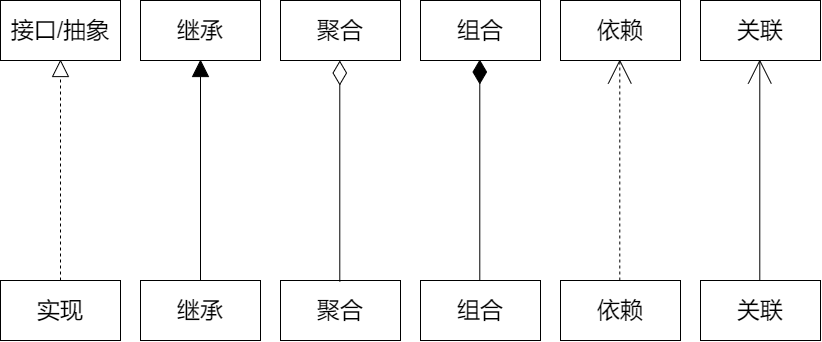
scdays/asset keeps this draw.io diagram as UML.png. Above is the earlier version. Source tidied: cells renumbered, new cells last; positions are measured from the earlier drawing's top-left corner, leaving out a move shared by most shapes. The source it was exported from:
```xml
<mxGraphModel>
  <root>
    <mxCell id="0" />
    <mxCell id="1" parent="0" />
    <mxCell id="2" value="接口/抽象" style="rounded=0;whiteSpace=wrap;html=1;fontSize=23;" parent="1" vertex="1">
      <mxGeometry width="120" height="60" as="geometry" />
    </mxCell>
    <mxCell id="3" value="继承" style="rounded=0;whiteSpace=wrap;html=1;fontSize=23;" parent="1" vertex="1">
      <mxGeometry x="140" width="120" height="60" as="geometry" />
    </mxCell>
    <mxCell id="4" value="聚合" style="rounded=0;whiteSpace=wrap;html=1;fontSize=23;" parent="1" vertex="1">
      <mxGeometry x="280" width="120" height="60" as="geometry" />
    </mxCell>
    <mxCell id="5" value="组合" style="rounded=0;whiteSpace=wrap;html=1;fontSize=23;" parent="1" vertex="1">
      <mxGeometry x="420" width="120" height="60" as="geometry" />
    </mxCell>
    <mxCell id="6" value="依赖" style="rounded=0;whiteSpace=wrap;html=1;fontSize=23;" parent="1" vertex="1">
      <mxGeometry x="560" width="120" height="60" as="geometry" />
    </mxCell>
    <mxCell id="7" value="关联" style="rounded=0;whiteSpace=wrap;html=1;fontSize=23;" parent="1" vertex="1">
      <mxGeometry x="700" width="120" height="60" as="geometry" />
    </mxCell>
    <mxCell id="8" value="实现" style="rounded=0;whiteSpace=wrap;html=1;fontSize=23;" parent="1" vertex="1">
      <mxGeometry y="280" width="120" height="60" as="geometry" />
    </mxCell>
    <mxCell id="9" value="继承" style="rounded=0;whiteSpace=wrap;html=1;fontSize=23;" parent="1" vertex="1">
      <mxGeometry x="140" y="280" width="120" height="60" as="geometry" />
    </mxCell>
    <mxCell id="10" value="聚合" style="rounded=0;whiteSpace=wrap;html=1;fontSize=23;" parent="1" vertex="1">
      <mxGeometry x="280" y="280" width="120" height="60" as="geometry" />
    </mxCell>
    <mxCell id="11" value="组合" style="rounded=0;whiteSpace=wrap;html=1;fontSize=23;" parent="1" vertex="1">
      <mxGeometry x="420" y="280" width="120" height="60" as="geometry" />
    </mxCell>
    <mxCell id="12" value="依赖" style="rounded=0;whiteSpace=wrap;html=1;fontSize=23;" parent="1" vertex="1">
      <mxGeometry x="560" y="280" width="120" height="60" as="geometry" />
    </mxCell>
    <mxCell id="13" value="关联" style="rounded=0;whiteSpace=wrap;html=1;fontSize=23;" parent="1" vertex="1">
      <mxGeometry x="700" y="280" width="120" height="60" as="geometry" />
    </mxCell>
    <mxCell id="14" style="endArrow=block;dashed=1;endFill=0;endSize=15;html=1;fontSize=23;exitX=0.5;exitY=0;exitDx=0;exitDy=0;startSize=10;targetPerimeterSpacing=0;" parent="1" edge="1" source="8">
      <mxGeometry relative="1" as="geometry">
        <mxPoint x="60" y="59" as="targetPoint" />
      </mxGeometry>
    </mxCell>
    <mxCell id="15" style="endArrow=block;endFill=1;endSize=15;html=1;fontSize=23;exitX=0.5;exitY=0;exitDx=0;exitDy=0;startSize=10;targetPerimeterSpacing=0;" parent="1" edge="1">
      <mxGeometry relative="1" as="geometry">
        <mxPoint x="200" y="280" as="sourcePoint" />
        <mxPoint x="200" y="59" as="targetPoint" />
      </mxGeometry>
    </mxCell>
    <mxCell id="16" style="endArrow=diamondThin;endFill=0;endSize=22;html=1;fontSize=23;exitX=0.5;exitY=0;exitDx=0;exitDy=0;startSize=10;targetPerimeterSpacing=0;" parent="1" edge="1">
      <mxGeometry relative="1" as="geometry">
        <mxPoint x="339.3" y="281" as="sourcePoint" />
        <mxPoint x="339.3" y="60" as="targetPoint" />
      </mxGeometry>
    </mxCell>
    <mxCell id="17" style="endArrow=diamondThin;endFill=1;endSize=22;html=1;fontSize=23;exitX=0.5;exitY=0;exitDx=0;exitDy=0;startSize=10;targetPerimeterSpacing=0;" parent="1" edge="1">
      <mxGeometry relative="1" as="geometry">
        <mxPoint x="479.3" y="280" as="sourcePoint" />
        <mxPoint x="479.3" y="59" as="targetPoint" />
      </mxGeometry>
    </mxCell>
    <mxCell id="18" style="endArrow=open;endFill=0;endSize=22;html=1;fontSize=23;exitX=0.5;exitY=0;exitDx=0;exitDy=0;startSize=10;targetPerimeterSpacing=0;dashed=1;" parent="1" edge="1">
      <mxGeometry relative="1" as="geometry">
        <mxPoint x="619.3" y="280" as="sourcePoint" />
        <mxPoint x="619.3" y="59" as="targetPoint" />
      </mxGeometry>
    </mxCell>
    <mxCell id="19" style="endArrow=open;endFill=0;endSize=22;html=1;fontSize=23;exitX=0.5;exitY=0;exitDx=0;exitDy=0;startSize=10;targetPerimeterSpacing=0;" parent="1" edge="1">
      <mxGeometry relative="1" as="geometry">
        <mxPoint x="759.3" y="280" as="sourcePoint" />
        <mxPoint x="759.3" y="59" as="targetPoint" />
      </mxGeometry>
    </mxCell>
  </root>
</mxGraphModel>
```
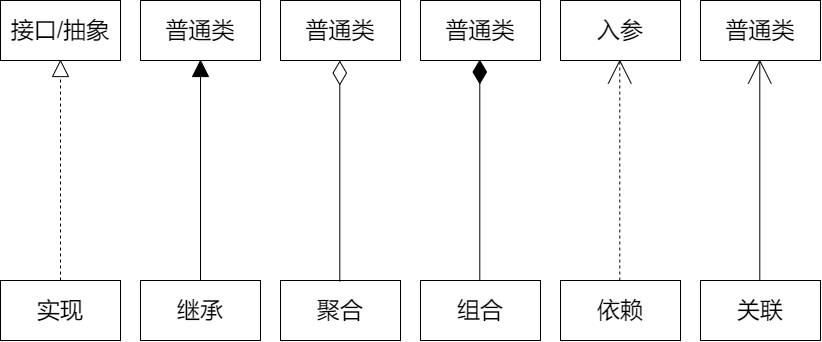
After the change.

Change to the diagram source:
```diff
@@ -5,19 +5,19 @@
     <mxCell id="2" value="接口/抽象" style="rounded=0;whiteSpace=wrap;html=1;fontSize=23;" parent="1" vertex="1">
       <mxGeometry width="120" height="60" as="geometry" />
     </mxCell>
-    <mxCell id="3" value="继承" style="rounded=0;whiteSpace=wrap;html=1;fontSize=23;" parent="1" vertex="1">
+    <mxCell id="3" value="普通类" style="rounded=0;whiteSpace=wrap;html=1;fontSize=23;" parent="1" vertex="1">
       <mxGeometry x="140" width="120" height="60" as="geometry" />
     </mxCell>
-    <mxCell id="4" value="聚合" style="rounded=0;whiteSpace=wrap;html=1;fontSize=23;" parent="1" vertex="1">
+    <mxCell id="4" value="普通类" style="rounded=0;whiteSpace=wrap;html=1;fontSize=23;" parent="1" vertex="1">
       <mxGeometry x="280" width="120" height="60" as="geometry" />
     </mxCell>
-    <mxCell id="5" value="组合" style="rounded=0;whiteSpace=wrap;html=1;fontSize=23;" parent="1" vertex="1">
+    <mxCell id="5" value="普通类" style="rounded=0;whiteSpace=wrap;html=1;fontSize=23;" parent="1" vertex="1">
       <mxGeometry x="420" width="120" height="60" as="geometry" />
     </mxCell>
-    <mxCell id="6" value="依赖" style="rounded=0;whiteSpace=wrap;html=1;fontSize=23;" parent="1" vertex="1">
+    <mxCell id="6" value="入参" style="rounded=0;whiteSpace=wrap;html=1;fontSize=23;" parent="1" vertex="1">
       <mxGeometry x="560" width="120" height="60" as="geometry" />
     </mxCell>
-    <mxCell id="7" value="关联" style="rounded=0;whiteSpace=wrap;html=1;fontSize=23;" parent="1" vertex="1">
+    <mxCell id="7" value="普通类" style="rounded=0;whiteSpace=wrap;html=1;fontSize=23;" parent="1" vertex="1">
       <mxGeometry x="700" width="120" height="60" as="geometry" />
     </mxCell>
     <mxCell id="8" value="实现" style="rounded=0;whiteSpace=wrap;html=1;fontSize=23;" parent="1" vertex="1">
```
